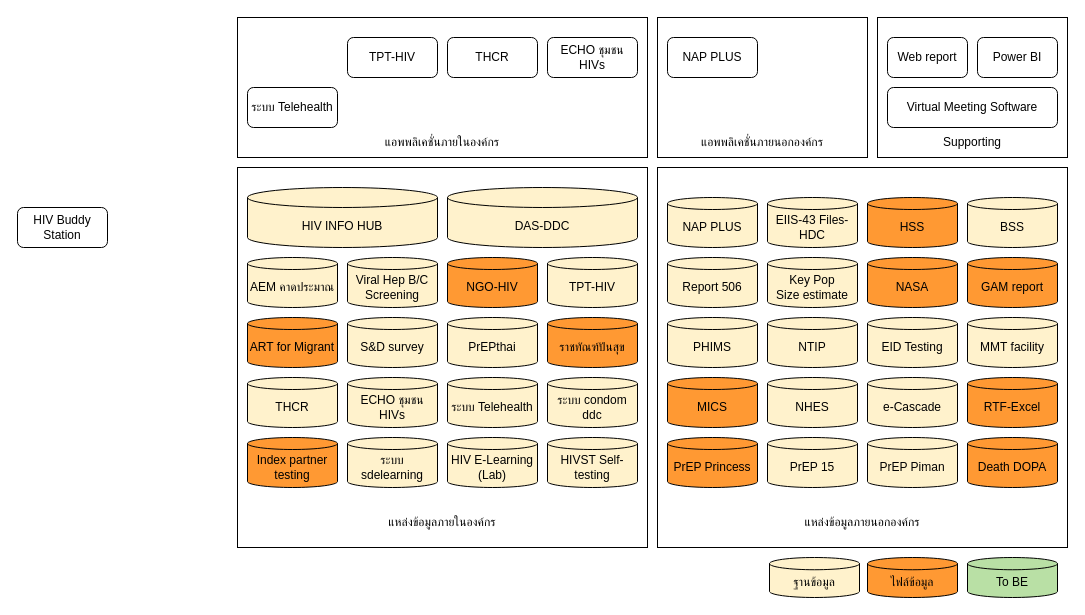
Above: page "G-Care" (5 of 6) of HIVs STIs Diagram.drawio in anun311/regist (draw.io), before the change. Source tidied: cells renumbered, new cells numbered last; positions are measured from the earlier drawing's top-left corner, leaving out a move shared by most shapes. Both pictures are drawn from the tidied source at 100%, with x=0, y=0 at pixel (17, 17).
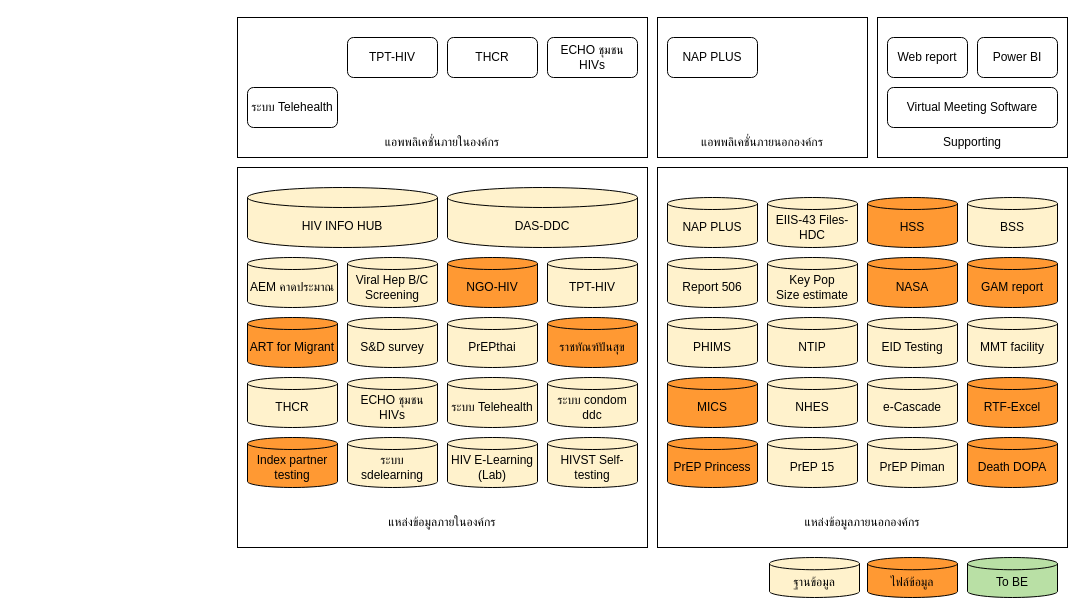
After the change.

Change to the diagram source:
```diff
@@
-    <mxCell id="61" value="HIV Buddy Station" style="rounded=1;whiteSpace=wrap;html=1;" parent="1" vertex="1">
-      <mxGeometry y="190" width="90" height="40" as="geometry" />
-    </mxCell>
```
